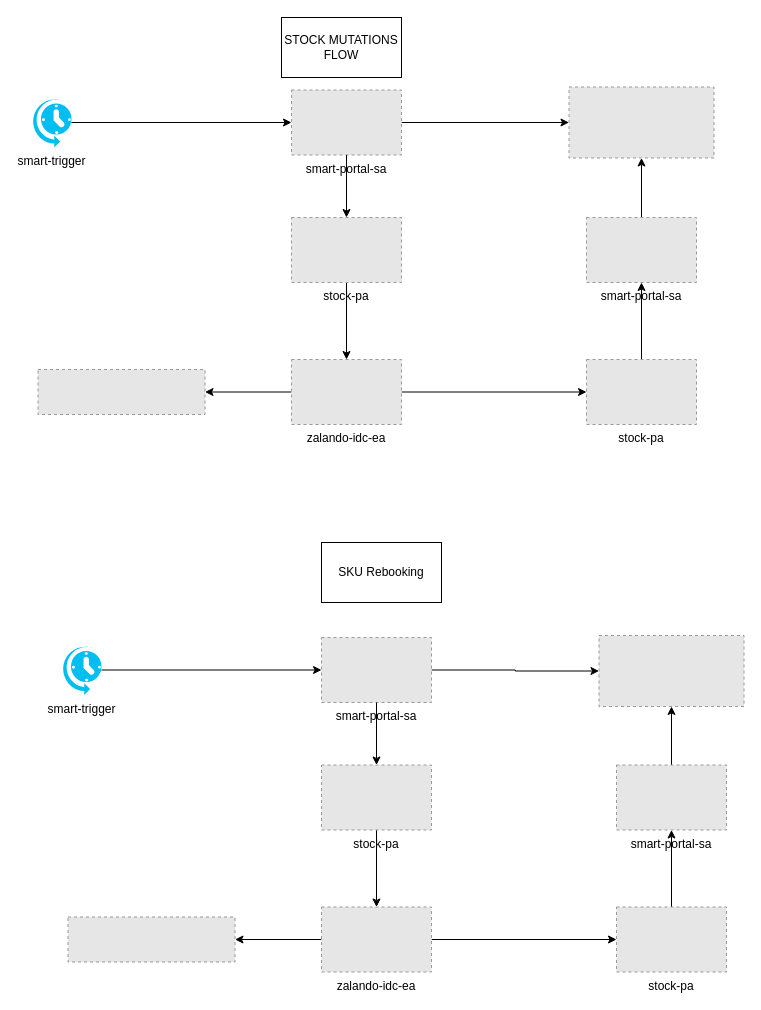
The draw.io diagram Zalando.drawio in sumanchatterjee3/draw-io, before the edit. Source tidied: cells renumbered, new cells numbered last; positions are measured from the earlier drawing's top-left corner, leaving out a move shared by most shapes. Both pictures are drawn from the tidied source at 100%, with x=0, y=0 at pixel (31, 17). Pictures stored in the file or linked from it are replaced by grey dashed boxes.
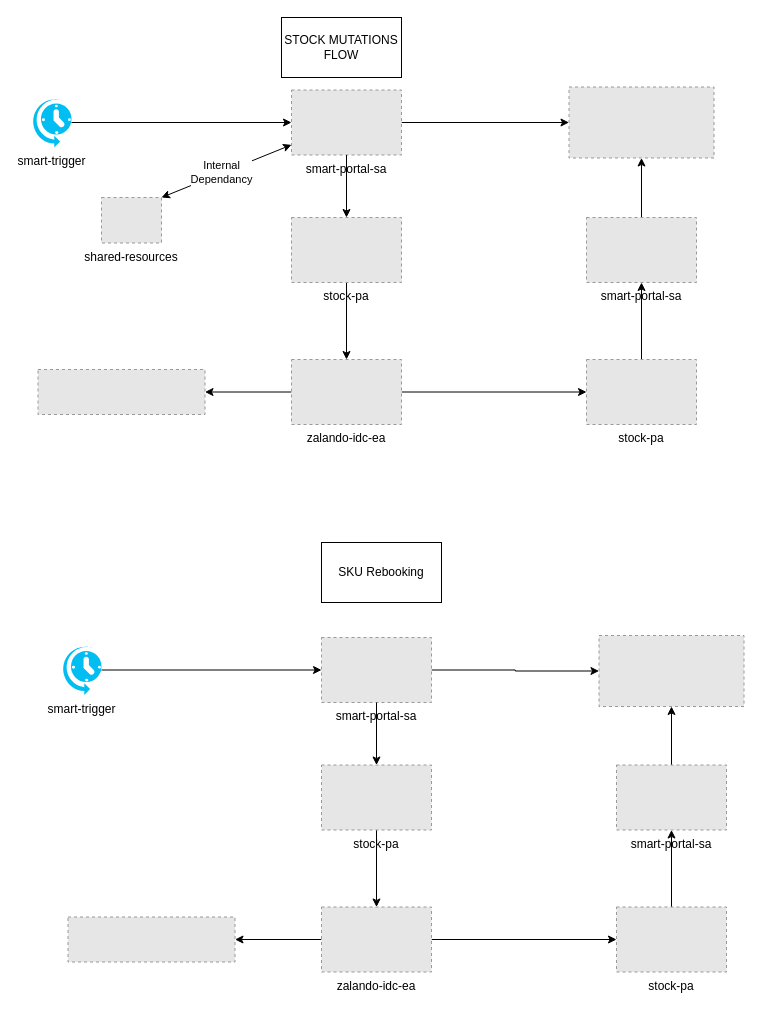
The same page after the edit.

The change refers to these unchanged cells:
```xml
<mxCell id="7" value="smart-portal-sa" style="fillColor=#E6E6E6;strokeColor=#999999;dashed=1;verticalLabelPosition=bottom;verticalAlign=top;" parent="1" vertex="1">
  <mxGeometry x="260" y="72.5" width="110" height="65" as="geometry" />
</mxCell>
```

The edit, as a diff of the source:
```diff
@@
+    <mxCell id="38" style="rounded=0;jettySize=auto;html=1;entryX=1;entryY=0;entryDx=0;entryDy=0;startArrow=classic;startFill=1;" parent="1" edge="1" source="7" target="40">
+      <mxGeometry relative="1" as="geometry" />
+    </mxCell>
+    <mxCell id="39" value="Internal&lt;br&gt;Dependancy" style="edgeLabel;html=1;align=center;verticalAlign=middle;" parent="38" vertex="1">
+      <mxGeometry x="-0.05" y="2" relative="1" as="geometry">
+        <mxPoint x="-9" as="offset" />
+      </mxGeometry>
+    </mxCell>
@@
+    <mxCell id="40" value="shared-resources" style="fillColor=#E6E6E6;strokeColor=#999999;dashed=1;verticalLabelPosition=bottom;verticalAlign=top;" parent="1" vertex="1">
+      <mxGeometry x="70" y="180" width="60" height="45.5" as="geometry" />
+    </mxCell>
```
